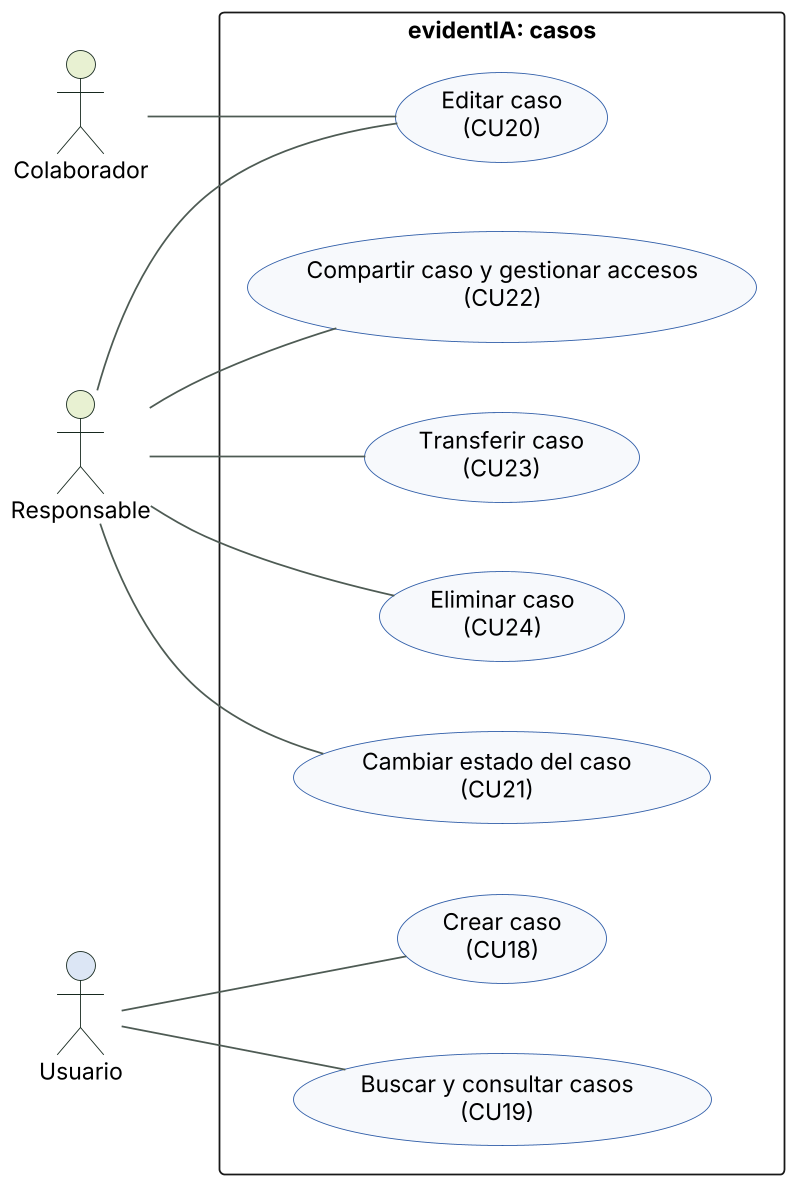
Earlier version of the PlantUML export docs/arquitectura/diagramas/09c-casos-de-uso.png (valentinasalmon/PFG-sistema-deteccion-IA).
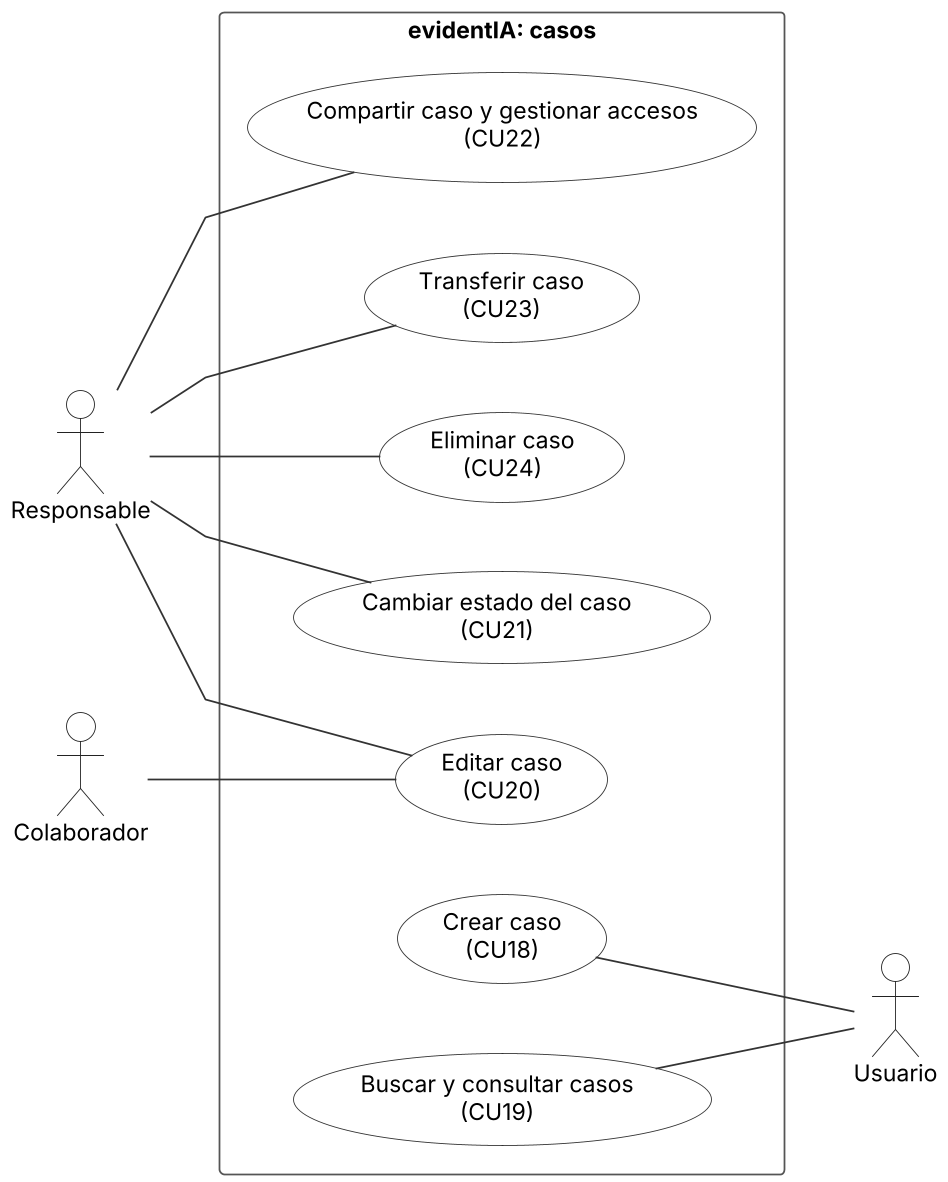
After the change.

Diff of the diagram source:
```diff
@@ -6,30 +6,40 @@
 skinparam ArrowColor #4E5B54
 skinparam nodesep 40
 skinparam ranksep 55
+skinparam linetype polyline
+skinparam ArrowColor #333333
+skinparam actor {
+  BorderColor #222222
+  BackgroundColor #FFFFFF
+}
+skinparam usecase {
+  BorderColor #333333
+  BackgroundColor #FFFFFF
+}
+skinparam rectangle {
+  BorderColor #555555
+  FontStyle bold
+}
 left to right direction
-skinparam usecaseBackgroundColor #F7F9FC
-skinparam usecaseBorderColor #2F5DA8
-skinparam actorBorderColor #17291F
-skinparam packageStyle rectangle
 
-actor "Colaborador" as colaborador #E8F1D2
-actor "Responsable" as responsable #E8F1D2
-actor "Usuario" as usuario #DCE6F5
+actor "Responsable" as responsable
+actor "Usuario" as usuario
+actor "Colaborador" as colaborador
 rectangle "evidentIA: casos" {
-  usecase "Crear caso\n(CU18)" as CU18
-  usecase "Buscar y consultar casos\n(CU19)" as CU19
   usecase "Editar caso\n(CU20)" as CU20
   usecase "Cambiar estado del caso\n(CU21)" as CU21
   usecase "Compartir caso y gestionar accesos\n(CU22)" as CU22
   usecase "Transferir caso\n(CU23)" as CU23
   usecase "Eliminar caso\n(CU24)" as CU24
+  usecase "Crear caso\n(CU18)" as CU18
+  usecase "Buscar y consultar casos\n(CU19)" as CU19
 }
-usuario -- CU18
-usuario -- CU19
 responsable -- CU20
 colaborador -- CU20
 responsable -- CU21
 responsable -- CU22
 responsable -- CU23
 responsable -- CU24
+CU18 -- usuario
+CU19 -- usuario
 @enduml
```
